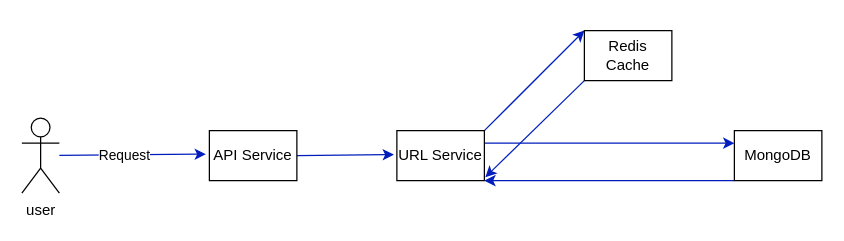
dmimar382/pw-url-shortener-tech-test keeps this draw.io diagram as docs/architecture.drawio. Above is the earlier version. Source tidied: cells renumbered, new cells numbered last; positions are measured from the earlier drawing's top-left corner, leaving out a move shared by most shapes. Both pictures are drawn from the tidied source at 125%, with x=0, y=0 at pixel (21, 30).
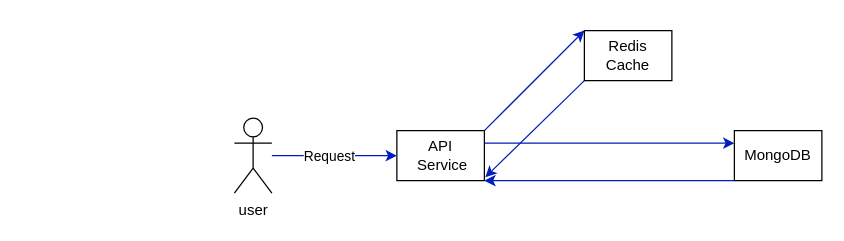
The same diagram, later.

What changed in the source:
```diff
@@
 <mxGraphModel>
   <root>
     <mxCell id="0" />
     <mxCell id="1" parent="0" />
     <mxCell id="2" value="user" style="shape=umlActor;verticalLabelPosition=bottom;verticalAlign=top;html=1;outlineConnect=0;" parent="1" vertex="1">
-      <mxGeometry y="70" width="30" height="60" as="geometry" />
+      <mxGeometry x="170" y="70" width="30" height="60" as="geometry" />
     </mxCell>
-    <mxCell id="3" style="edgeStyle=none;html=1;exitX=1;exitY=0.5;exitDx=0;exitDy=0;entryX=-0.034;entryY=0.48;entryDx=0;entryDy=0;entryPerimeter=0;fillColor=#0050ef;strokeColor=#001DBC;" parent="1" edge="1" source="4" target="7">
-      <mxGeometry relative="1" as="geometry" />
-    </mxCell>
-    <mxCell id="4" value="API Service" style="rounded=0;whiteSpace=wrap;html=1;" parent="1" vertex="1">
-      <mxGeometry x="150" y="80" width="70" height="40" as="geometry" />
-    </mxCell>
     <mxCell id="5" style="edgeStyle=none;html=1;exitX=1;exitY=0;exitDx=0;exitDy=0;entryX=0;entryY=0;entryDx=0;entryDy=0;fillColor=#0050ef;strokeColor=#001DBC;" parent="1" edge="1" source="7" target="9">
       <mxGeometry relative="1" as="geometry" />
     </mxCell>
     <mxCell id="6" style="edgeStyle=none;html=1;exitX=1;exitY=0.25;exitDx=0;exitDy=0;entryX=0;entryY=0.25;entryDx=0;entryDy=0;fillColor=#0050ef;strokeColor=#001DBC;" parent="1" edge="1" source="7" target="11">
       <mxGeometry relative="1" as="geometry" />
     </mxCell>
-    <mxCell id="7" value="URL Service" style="rounded=0;whiteSpace=wrap;html=1;" parent="1" vertex="1">
+    <mxCell id="7" value="API&lt;br&gt;&amp;nbsp;Service" style="rounded=0;whiteSpace=wrap;html=1;" parent="1" vertex="1">
       <mxGeometry x="300" y="80" width="70" height="40" as="geometry" />
     </mxCell>
     <mxCell id="8" style="edgeStyle=none;html=1;exitX=0;exitY=1;exitDx=0;exitDy=0;entryX=1.011;entryY=0.93;entryDx=0;entryDy=0;entryPerimeter=0;fillColor=#0050ef;strokeColor=#001DBC;" parent="1" edge="1" source="9" target="7">
       <mxGeometry relative="1" as="geometry" />
     </mxCell>
     <mxCell id="9" value="Redis Cache" style="rounded=0;whiteSpace=wrap;html=1;" parent="1" vertex="1">
       <mxGeometry x="450" width="70" height="40" as="geometry" />
     </mxCell>
     <mxCell id="10" style="edgeStyle=none;html=1;exitX=0;exitY=1;exitDx=0;exitDy=0;entryX=1;entryY=1;entryDx=0;entryDy=0;fillColor=#0050ef;strokeColor=#001DBC;" parent="1" edge="1" source="11" target="7">
       <mxGeometry relative="1" as="geometry" />
     </mxCell>
     <mxCell id="11" value="MongoDB" style="rounded=0;whiteSpace=wrap;html=1;" parent="1" vertex="1">
       <mxGeometry x="570" y="80" width="70" height="40" as="geometry" />
     </mxCell>
-    <mxCell id="12" style="endArrow=classic;html=1;entryX=-0.04;entryY=0.47;entryDx=0;entryDy=0;entryPerimeter=0;fillColor=#0050ef;strokeColor=#001DBC;" parent="1" edge="1" source="2" target="4">
+    <mxCell id="12" style="endArrow=classic;html=1;fillColor=#0050ef;strokeColor=#001DBC;" parent="1" edge="1" source="2" target="7">
       <mxGeometry relative="1" as="geometry" />
     </mxCell>
     <mxCell id="13" value="Request" style="edgeLabel;html=1;align=center;verticalAlign=middle;" parent="12" vertex="1">
       <mxGeometry x="-0.11" relative="1" as="geometry" />
     </mxCell>
   </root>
 </mxGraphModel>
```
